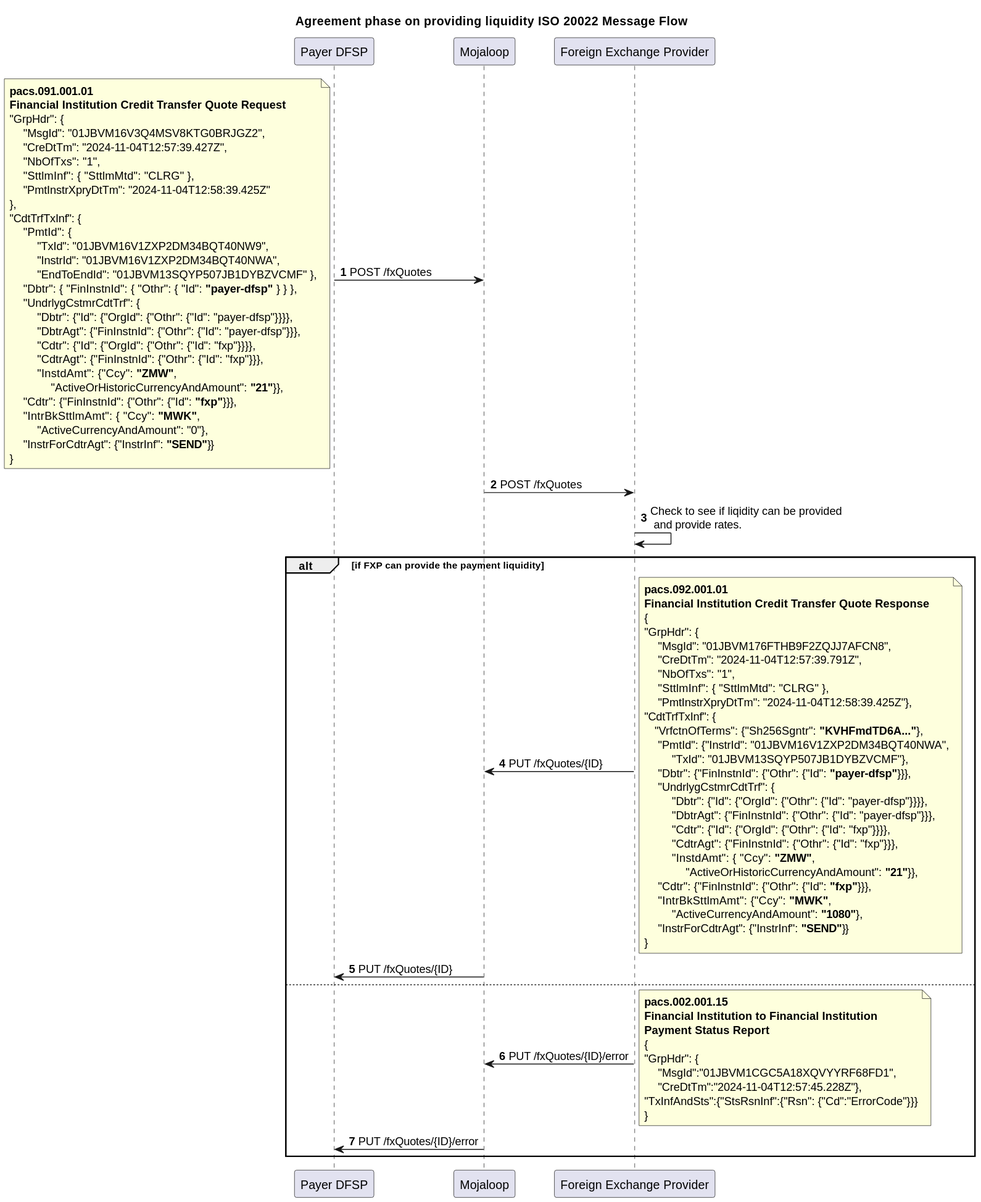
Before: Workstream documents/MarketPracticeDoc/SequenceDiagrams/AgreementConversion.svg, a diagram exported from PlantUML (mojaloop/iso-20022-docs).
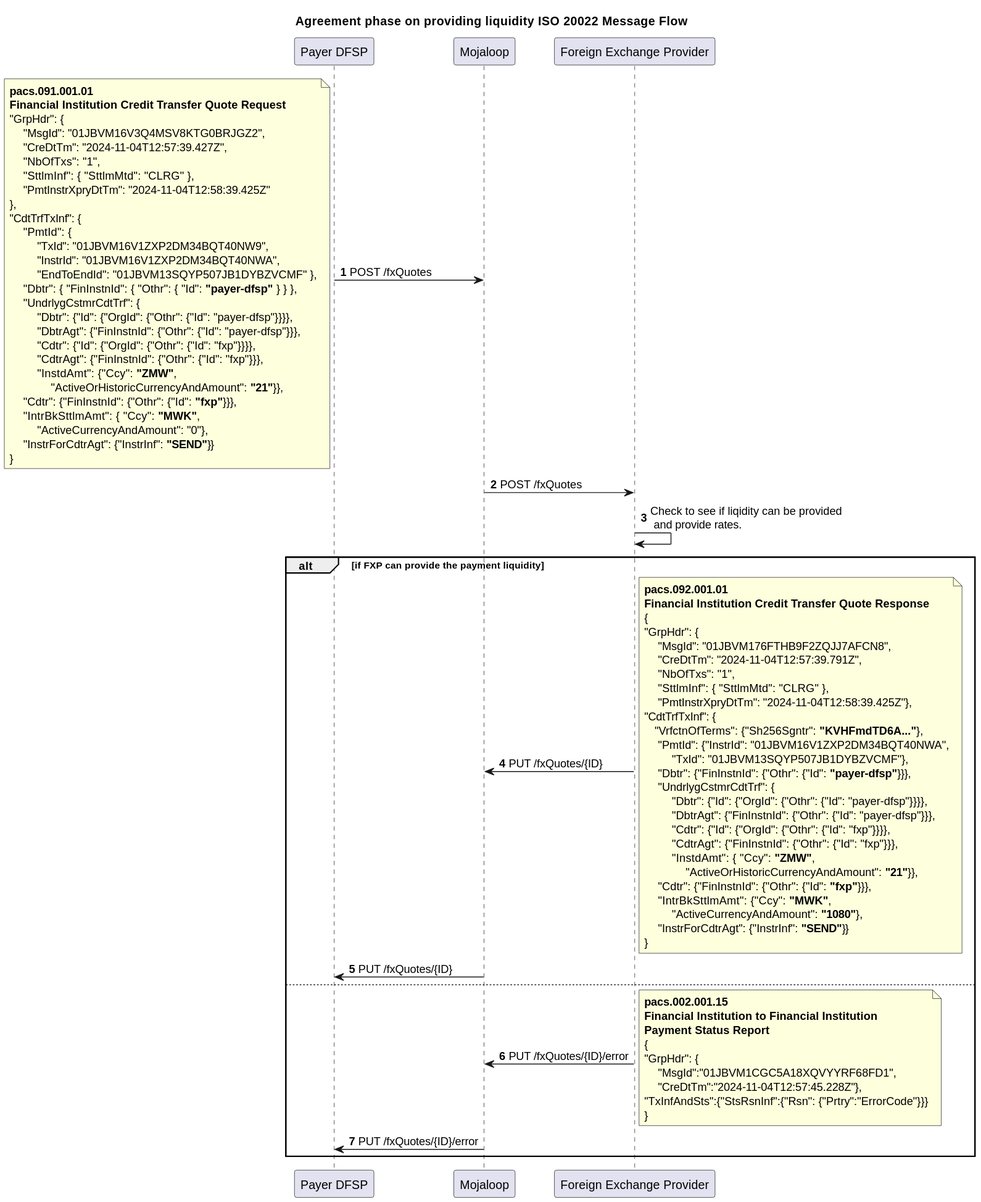
The same file after the commit.

What changed in the source:
```diff
@@ -1,5 +1,4 @@
 @startuml
-
 Title Agreement phase on providing liquidity ISO 20022 Message Flow
 participant PayerDFSP as "Payer DFSP"
 participant Mojaloop as "Mojaloop"
@@ -82,11 +81,9 @@
 "GrpHdr": {
     "MsgId":"01JBVM1CGC5A18XQVYYRF68FD1",
     "CreDtTm":"2024-11-04T12:57:45.228Z"},
-"TxInfAndSts":{"StsRsnInf":{"Rsn": {"Cd":"ErrorCode"}}}
+"TxInfAndSts":{"StsRsnInf":{"Rsn": {"Prtry":"ErrorCode"}}}
 }
 end note
 Mojaloop -> PayerDFSP: PUT /fxQuotes/{ID}/error
 end
-
-
 @enduml
```
